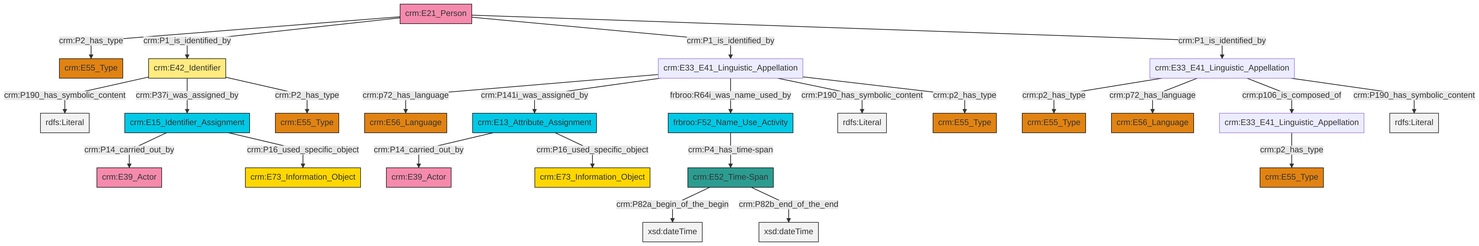
Before: et/personCSV/ttl/mmd/png/Person_Names_and_Classification.png, a diagram exported from Mermaid (swiss-art-research-net/reference-data-models). Its source is kept beside it as et/personCSV/ttl/mmd/Person_Names_and_Classification.ttl.mmd.
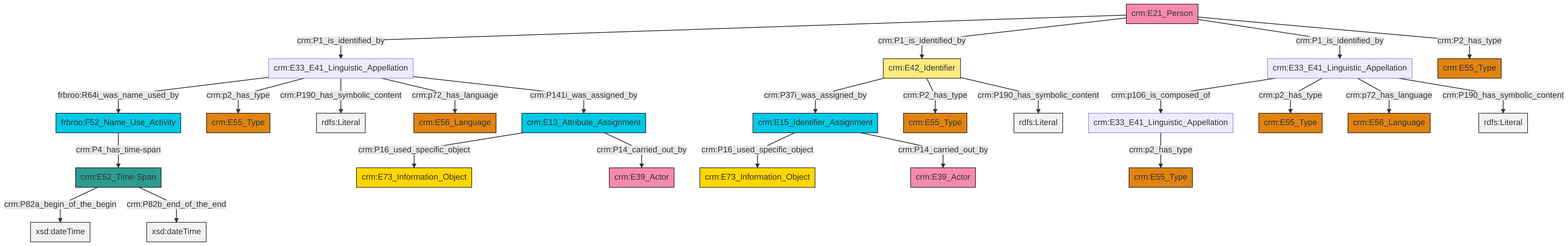
After the commit.

What changed in the source:
```diff
@@ -13,27 +13,27 @@
 classDef PC_Classes fill:#4ce600, stroke:#000000;
 classDef Multi fill:#cccccc,stroke:#000000;
 
-2["crm:E21_Person"]:::Actor -->|crm:P2_has_type| 3["crm:E55_Type"]:::Type
-4["crm:E42_Identifier"]:::Appellation -->|crm:P190_has_symbolic_content| 5[rdfs:Literal]:::Literal
-8["crm:E33_E41_Linguistic_Appellation"]:::Default -->|crm:p2_has_type| 9["crm:E55_Type"]:::Type
-12["crm:E13_Attribute_Assignment"]:::Temporal_Entity -->|crm:P14_carried_out_by| 13["crm:E39_Actor"]:::Actor
-2["crm:E21_Person"]:::Actor -->|crm:P1_is_identified_by| 4["crm:E42_Identifier"]:::Appellation
-10["crm:E15_Identifier_Assignment"]:::Temporal_Entity -->|crm:P14_carried_out_by| 16["crm:E39_Actor"]:::Actor
-19["crm:E33_E41_Linguistic_Appellation"]:::Default -->|crm:p2_has_type| 6["crm:E55_Type"]:::Type
-21["crm:E33_E41_Linguistic_Appellation"]:::Default -->|crm:p72_has_language| 22["crm:E56_Language"]:::Type
-19["crm:E33_E41_Linguistic_Appellation"]:::Default -->|crm:p72_has_language| 23["crm:E56_Language"]:::Type
-19["crm:E33_E41_Linguistic_Appellation"]:::Default -->|crm:p106_is_composed_of| 8["crm:E33_E41_Linguistic_Appellation"]:::Default
-21["crm:E33_E41_Linguistic_Appellation"]:::Default -->|crm:P141i_was_assigned_by| 12["crm:E13_Attribute_Assignment"]:::Temporal_Entity
-4["crm:E42_Identifier"]:::Appellation -->|crm:P37i_was_assigned_by| 10["crm:E15_Identifier_Assignment"]:::Temporal_Entity
-4["crm:E42_Identifier"]:::Appellation -->|crm:P2_has_type| 27["crm:E55_Type"]:::Type
-14["crm:E52_Time-Span"]:::Time-Span -->|crm:P82a_begin_of_the_begin| 33[xsd:dateTime]:::Literal
-2["crm:E21_Person"]:::Actor -->|crm:P1_is_identified_by| 21["crm:E33_E41_Linguistic_Appellation"]:::Default
-36["frbroo:F52_Name_Use_Activity"]:::Temporal_Entity -->|crm:P4_has_time-span| 14["crm:E52_Time-Span"]:::Time-Span
-2["crm:E21_Person"]:::Actor -->|crm:P1_is_identified_by| 19["crm:E33_E41_Linguistic_Appellation"]:::Default
-19["crm:E33_E41_Linguistic_Appellation"]:::Default -->|crm:P190_has_symbolic_content| 41[rdfs:Literal]:::Literal
-21["crm:E33_E41_Linguistic_Appellation"]:::Default -->|frbroo:R64i_was_name_used_by| 36["frbroo:F52_Name_Use_Activity"]:::Temporal_Entity
-21["crm:E33_E41_Linguistic_Appellation"]:::Default -->|crm:P190_has_symbolic_content| 43[rdfs:Literal]:::Literal
-21["crm:E33_E41_Linguistic_Appellation"]:::Default -->|crm:p2_has_type| 0["crm:E55_Type"]:::Type
-12["crm:E13_Attribute_Assignment"]:::Temporal_Entity -->|crm:P16_used_specific_object| 34["crm:E73_Information_Object"]:::Conceptual_Object
-10["crm:E15_Identifier_Assignment"]:::Temporal_Entity -->|crm:P16_used_specific_object| 17["crm:E73_Information_Object"]:::Conceptual_Object
-14["crm:E52_Time-Span"]:::Time-Span -->|crm:P82b_end_of_the_end| 46[xsd:dateTime]:::Literal
+0["crm:E21_Person"]:::Actor -->|crm:P1_is_identified_by| 1["crm:E33_E41_Linguistic_Appellation"]:::Default
+0["crm:E21_Person"]:::Actor -->|crm:P1_is_identified_by| 2["crm:E42_Identifier"]:::Appellation
+5["crm:E13_Attribute_Assignment"]:::Temporal_Entity -->|crm:P16_used_specific_object| 6["crm:E73_Information_Object"]:::Conceptual_Object
+1["crm:E33_E41_Linguistic_Appellation"]:::Default -->|frbroo:R64i_was_name_used_by| 7["frbroo:F52_Name_Use_Activity"]:::Temporal_Entity
+2["crm:E42_Identifier"]:::Appellation -->|crm:P37i_was_assigned_by| 8["crm:E15_Identifier_Assignment"]:::Temporal_Entity
+2["crm:E42_Identifier"]:::Appellation -->|crm:P2_has_type| 13["crm:E55_Type"]:::Type
+14["crm:E33_E41_Linguistic_Appellation"]:::Default -->|crm:p106_is_composed_of| 9["crm:E33_E41_Linguistic_Appellation"]:::Default
+5["crm:E13_Attribute_Assignment"]:::Temporal_Entity -->|crm:P14_carried_out_by| 15["crm:E39_Actor"]:::Actor
+0["crm:E21_Person"]:::Actor -->|crm:P1_is_identified_by| 14["crm:E33_E41_Linguistic_Appellation"]:::Default
+1["crm:E33_E41_Linguistic_Appellation"]:::Default -->|crm:p2_has_type| 17["crm:E55_Type"]:::Type
+1["crm:E33_E41_Linguistic_Appellation"]:::Default -->|crm:P190_has_symbolic_content| 19[rdfs:Literal]:::Literal
+1["crm:E33_E41_Linguistic_Appellation"]:::Default -->|crm:p72_has_language| 20["crm:E56_Language"]:::Type
+14["crm:E33_E41_Linguistic_Appellation"]:::Default -->|crm:p2_has_type| 25["crm:E55_Type"]:::Type
+7["frbroo:F52_Name_Use_Activity"]:::Temporal_Entity -->|crm:P4_has_time-span| 26["crm:E52_Time-Span"]:::Time-Span
+14["crm:E33_E41_Linguistic_Appellation"]:::Default -->|crm:p72_has_language| 22["crm:E56_Language"]:::Type
+9["crm:E33_E41_Linguistic_Appellation"]:::Default -->|crm:p2_has_type| 27["crm:E55_Type"]:::Type
+8["crm:E15_Identifier_Assignment"]:::Temporal_Entity -->|crm:P16_used_specific_object| 3["crm:E73_Information_Object"]:::Conceptual_Object
+2["crm:E42_Identifier"]:::Appellation -->|crm:P190_has_symbolic_content| 31[rdfs:Literal]:::Literal
+14["crm:E33_E41_Linguistic_Appellation"]:::Default -->|crm:P190_has_symbolic_content| 32[rdfs:Literal]:::Literal
+8["crm:E15_Identifier_Assignment"]:::Temporal_Entity -->|crm:P14_carried_out_by| 11["crm:E39_Actor"]:::Actor
+26["crm:E52_Time-Span"]:::Time-Span -->|crm:P82a_begin_of_the_begin| 34[xsd:dateTime]:::Literal
+1["crm:E33_E41_Linguistic_Appellation"]:::Default -->|crm:P141i_was_assigned_by| 5["crm:E13_Attribute_Assignment"]:::Temporal_Entity
+26["crm:E52_Time-Span"]:::Time-Span -->|crm:P82b_end_of_the_end| 38[xsd:dateTime]:::Literal
+0["crm:E21_Person"]:::Actor -->|crm:P2_has_type| 39["crm:E55_Type"]:::Type
```
